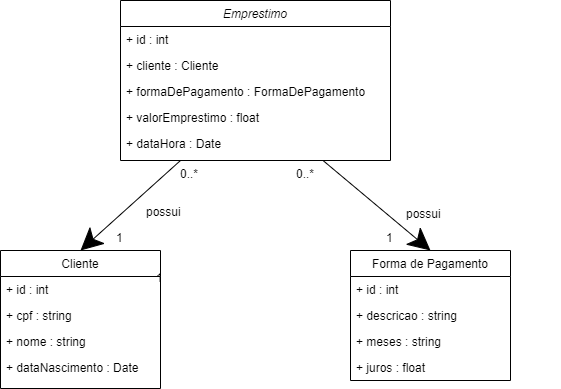
This is Diagramas/modelo_essencial.drawio.png from Raulzito311/AcmeSF, a draw.io export, as it was before one commit. Source tidied: cells renumbered, new cells last; positions are measured from the earlier drawing's top-left corner, leaving out a move shared by most shapes. The source it was exported from:
```xml
<mxGraphModel>
  <root>
    <mxCell id="0" />
    <mxCell id="1" parent="0" />
    <mxCell id="2" value="Emprestimo" style="swimlane;fontStyle=2;align=center;verticalAlign=top;horizontal=1;startSize=26;rounded=0;shadow=0;strokeWidth=1;" parent="1" vertex="1">
      <mxGeometry x="120" width="270" height="160" as="geometry" />
    </mxCell>
    <mxCell id="3" value="+ id : int" style="text;align=left;verticalAlign=top;spacingLeft=4;spacingRight=4;overflow=hidden;" parent="2" vertex="1">
      <mxGeometry y="26" width="270" height="26" as="geometry" />
    </mxCell>
    <mxCell id="4" value="+ cliente : Cliente" style="text;align=left;verticalAlign=top;spacingLeft=4;spacingRight=4;overflow=hidden;rounded=0;shadow=0;html=0;" parent="2" vertex="1">
      <mxGeometry y="52" width="270" height="26" as="geometry" />
    </mxCell>
    <mxCell id="5" value="+ formaDePagamento : FormaDePagamento" style="text;align=left;verticalAlign=top;spacingLeft=4;spacingRight=4;overflow=hidden;rounded=0;shadow=0;html=0;" parent="2" vertex="1">
      <mxGeometry y="78" width="270" height="26" as="geometry" />
    </mxCell>
    <mxCell id="6" value="+ valorEmprestimo : float" style="text;align=left;verticalAlign=top;spacingLeft=4;spacingRight=4;overflow=hidden;" parent="2" vertex="1">
      <mxGeometry y="104" width="270" height="26" as="geometry" />
    </mxCell>
    <mxCell id="7" value="+ dataHora : Date" style="text;align=left;verticalAlign=top;spacingLeft=4;spacingRight=4;overflow=hidden;" parent="2" vertex="1">
      <mxGeometry y="130" width="270" height="26" as="geometry" />
    </mxCell>
    <mxCell id="8" value="Cliente" style="swimlane;fontStyle=0;align=center;verticalAlign=top;horizontal=1;startSize=26;rounded=0;shadow=0;strokeWidth=1;" parent="1" vertex="1">
      <mxGeometry y="250" width="160" height="138" as="geometry" />
    </mxCell>
    <mxCell id="9" value="+ id : int" style="text;align=left;verticalAlign=top;spacingLeft=4;spacingRight=4;overflow=hidden;" parent="8" vertex="1">
      <mxGeometry y="26" width="160" height="26" as="geometry" />
    </mxCell>
    <mxCell id="10" value="+ cpf : string" style="text;align=left;verticalAlign=top;spacingLeft=4;spacingRight=4;overflow=hidden;rounded=0;shadow=0;html=0;" parent="8" vertex="1">
      <mxGeometry y="52" width="160" height="26" as="geometry" />
    </mxCell>
    <mxCell id="11" value="+ nome : string" style="text;align=left;verticalAlign=top;spacingLeft=4;spacingRight=4;overflow=hidden;rounded=0;shadow=0;html=0;" parent="8" vertex="1">
      <mxGeometry y="78" width="160" height="26" as="geometry" />
    </mxCell>
    <mxCell id="12" value="+ dataNascimento : Date" style="text;align=left;verticalAlign=top;spacingLeft=4;spacingRight=4;overflow=hidden;rounded=0;shadow=0;html=0;" parent="8" vertex="1">
      <mxGeometry y="104" width="160" height="26" as="geometry" />
    </mxCell>
    <mxCell id="13" value="Forma de Pagamento" style="swimlane;fontStyle=0;align=center;verticalAlign=top;horizontal=1;startSize=26;rounded=0;shadow=0;strokeWidth=1;" parent="1" vertex="1">
      <mxGeometry x="350" y="250" width="160" height="130" as="geometry" />
    </mxCell>
    <mxCell id="14" value="+ id : int" style="text;align=left;verticalAlign=top;spacingLeft=4;spacingRight=4;overflow=hidden;" parent="13" vertex="1">
      <mxGeometry y="26" width="160" height="26" as="geometry" />
    </mxCell>
    <mxCell id="15" value="+ descricao : string" style="text;align=left;verticalAlign=top;spacingLeft=4;spacingRight=4;overflow=hidden;" parent="13" vertex="1">
      <mxGeometry y="52" width="160" height="26" as="geometry" />
    </mxCell>
    <mxCell id="16" value="+ meses : string" style="text;align=left;verticalAlign=top;spacingLeft=4;spacingRight=4;overflow=hidden;" parent="13" vertex="1">
      <mxGeometry y="78" width="160" height="26" as="geometry" />
    </mxCell>
    <mxCell id="17" value="+ juros : float" style="text;align=left;verticalAlign=top;spacingLeft=4;spacingRight=4;overflow=hidden;" parent="13" vertex="1">
      <mxGeometry y="104" width="160" height="26" as="geometry" />
    </mxCell>
    <mxCell id="18" style="endArrow=none;html=1;rounded=0;targetPerimeterSpacing=0;startArrow=classic;startFill=1;exitX=0.5;exitY=0;exitDx=0;exitDy=0;startSize=20;" parent="1" edge="1" source="8">
      <mxGeometry relative="1" as="geometry">
        <mxPoint x="180" y="160" as="targetPoint" />
      </mxGeometry>
    </mxCell>
    <mxCell id="19" style="endArrow=none;html=1;rounded=0;targetPerimeterSpacing=0;startArrow=classic;startFill=1;exitX=0.5;exitY=0;exitDx=0;exitDy=0;startSize=20;entryX=0.75;entryY=1;entryDx=0;entryDy=0;" parent="1" edge="1" source="13" target="2">
      <mxGeometry relative="1" as="geometry" />
    </mxCell>
    <mxCell id="20" value="possui" style="text;align=left;verticalAlign=top;spacingLeft=4;spacingRight=4;overflow=hidden;" parent="1" vertex="1">
      <mxGeometry x="140" y="198" width="160" height="26" as="geometry" />
    </mxCell>
    <mxCell id="21" value="possui" style="text;align=left;verticalAlign=top;spacingLeft=4;spacingRight=4;overflow=hidden;" parent="1" vertex="1">
      <mxGeometry x="400" y="200" width="160" height="26" as="geometry" />
    </mxCell>
    <mxCell id="22" value="0..*" style="text;align=left;verticalAlign=top;spacingLeft=4;spacingRight=4;overflow=hidden;" parent="1" vertex="1">
      <mxGeometry x="174" y="160" width="160" height="26" as="geometry" />
    </mxCell>
    <mxCell id="23" value="1" style="text;align=left;verticalAlign=top;spacingLeft=4;spacingRight=4;overflow=hidden;" parent="1" vertex="1">
      <mxGeometry x="380" y="224" width="160" height="26" as="geometry" />
    </mxCell>
    <mxCell id="24" value="1" style="text;align=left;verticalAlign=top;spacingLeft=4;spacingRight=4;overflow=hidden;" parent="1" vertex="1">
      <mxGeometry x="150" y="264" width="160" height="26" as="geometry" />
    </mxCell>
    <mxCell id="25" value="0..*" style="text;align=left;verticalAlign=top;spacingLeft=4;spacingRight=4;overflow=hidden;" parent="1" vertex="1">
      <mxGeometry x="290" y="160" width="160" height="26" as="geometry" />
    </mxCell>
    <mxCell id="26" value="1" style="text;align=left;verticalAlign=top;spacingLeft=4;spacingRight=4;overflow=hidden;" parent="1" vertex="1">
      <mxGeometry x="110" y="224" width="160" height="26" as="geometry" />
    </mxCell>
  </root>
</mxGraphModel>
```
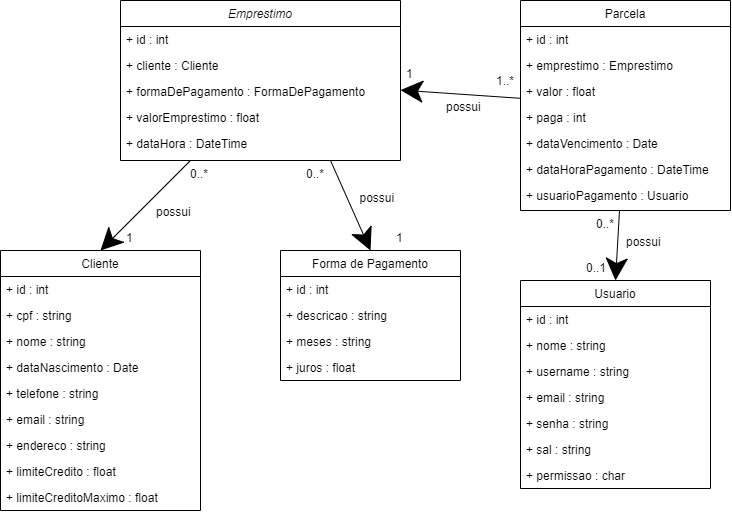
Later version of the same file.

Commit message:
Diagrama modelo essencial

Change to the diagram source:
```diff
@@ -3,52 +3,67 @@
     <mxCell id="0" />
     <mxCell id="1" parent="0" />
     <mxCell id="2" value="Emprestimo" style="swimlane;fontStyle=2;align=center;verticalAlign=top;horizontal=1;startSize=26;rounded=0;shadow=0;strokeWidth=1;" parent="1" vertex="1">
-      <mxGeometry x="120" width="270" height="160" as="geometry" />
+      <mxGeometry x="110" width="280" height="160" as="geometry" />
     </mxCell>
     <mxCell id="3" value="+ id : int" style="text;align=left;verticalAlign=top;spacingLeft=4;spacingRight=4;overflow=hidden;" parent="2" vertex="1">
-      <mxGeometry y="26" width="270" height="26" as="geometry" />
+      <mxGeometry y="26" width="280" height="26" as="geometry" />
     </mxCell>
     <mxCell id="4" value="+ cliente : Cliente" style="text;align=left;verticalAlign=top;spacingLeft=4;spacingRight=4;overflow=hidden;rounded=0;shadow=0;html=0;" parent="2" vertex="1">
-      <mxGeometry y="52" width="270" height="26" as="geometry" />
+      <mxGeometry y="52" width="280" height="26" as="geometry" />
     </mxCell>
     <mxCell id="5" value="+ formaDePagamento : FormaDePagamento" style="text;align=left;verticalAlign=top;spacingLeft=4;spacingRight=4;overflow=hidden;rounded=0;shadow=0;html=0;" parent="2" vertex="1">
-      <mxGeometry y="78" width="270" height="26" as="geometry" />
+      <mxGeometry y="78" width="280" height="26" as="geometry" />
     </mxCell>
     <mxCell id="6" value="+ valorEmprestimo : float" style="text;align=left;verticalAlign=top;spacingLeft=4;spacingRight=4;overflow=hidden;" parent="2" vertex="1">
-      <mxGeometry y="104" width="270" height="26" as="geometry" />
+      <mxGeometry y="104" width="280" height="26" as="geometry" />
     </mxCell>
-    <mxCell id="7" value="+ dataHora : Date" style="text;align=left;verticalAlign=top;spacingLeft=4;spacingRight=4;overflow=hidden;" parent="2" vertex="1">
-      <mxGeometry y="130" width="270" height="26" as="geometry" />
+    <mxCell id="7" value="+ dataHora : DateTime" style="text;align=left;verticalAlign=top;spacingLeft=4;spacingRight=4;overflow=hidden;" parent="2" vertex="1">
+      <mxGeometry y="130" width="280" height="26" as="geometry" />
     </mxCell>
     <mxCell id="8" value="Cliente" style="swimlane;fontStyle=0;align=center;verticalAlign=top;horizontal=1;startSize=26;rounded=0;shadow=0;strokeWidth=1;" parent="1" vertex="1">
-      <mxGeometry y="250" width="160" height="138" as="geometry" />
+      <mxGeometry x="-10" y="250" width="200" height="260" as="geometry" />
     </mxCell>
     <mxCell id="9" value="+ id : int" style="text;align=left;verticalAlign=top;spacingLeft=4;spacingRight=4;overflow=hidden;" parent="8" vertex="1">
-      <mxGeometry y="26" width="160" height="26" as="geometry" />
+      <mxGeometry y="26" width="200" height="26" as="geometry" />
     </mxCell>
     <mxCell id="10" value="+ cpf : string" style="text;align=left;verticalAlign=top;spacingLeft=4;spacingRight=4;overflow=hidden;rounded=0;shadow=0;html=0;" parent="8" vertex="1">
-      <mxGeometry y="52" width="160" height="26" as="geometry" />
+      <mxGeometry y="52" width="200" height="26" as="geometry" />
     </mxCell>
     <mxCell id="11" value="+ nome : string" style="text;align=left;verticalAlign=top;spacingLeft=4;spacingRight=4;overflow=hidden;rounded=0;shadow=0;html=0;" parent="8" vertex="1">
-      <mxGeometry y="78" width="160" height="26" as="geometry" />
+      <mxGeometry y="78" width="200" height="26" as="geometry" />
     </mxCell>
     <mxCell id="12" value="+ dataNascimento : Date" style="text;align=left;verticalAlign=top;spacingLeft=4;spacingRight=4;overflow=hidden;rounded=0;shadow=0;html=0;" parent="8" vertex="1">
-      <mxGeometry y="104" width="160" height="26" as="geometry" />
+      <mxGeometry y="104" width="200" height="26" as="geometry" />
     </mxCell>
+    <mxCell id="27" value="+ telefone : string" style="text;align=left;verticalAlign=top;spacingLeft=4;spacingRight=4;overflow=hidden;rounded=0;shadow=0;html=0;" parent="8" vertex="1">
+      <mxGeometry y="130" width="200" height="26" as="geometry" />
+    </mxCell>
+    <mxCell id="28" value="+ email : string" style="text;align=left;verticalAlign=top;spacingLeft=4;spacingRight=4;overflow=hidden;rounded=0;shadow=0;html=0;" parent="8" vertex="1">
+      <mxGeometry y="156" width="200" height="26" as="geometry" />
+    </mxCell>
+    <mxCell id="29" value="+ endereco : string" style="text;align=left;verticalAlign=top;spacingLeft=4;spacingRight=4;overflow=hidden;rounded=0;shadow=0;html=0;" parent="8" vertex="1">
+      <mxGeometry y="182" width="200" height="26" as="geometry" />
+    </mxCell>
+    <mxCell id="30" value="+ limiteCredito : float" style="text;align=left;verticalAlign=top;spacingLeft=4;spacingRight=4;overflow=hidden;rounded=0;shadow=0;html=0;" parent="8" vertex="1">
+      <mxGeometry y="208" width="200" height="26" as="geometry" />
+    </mxCell>
+    <mxCell id="31" value="+ limiteCreditoMaximo : float" style="text;align=left;verticalAlign=top;spacingLeft=4;spacingRight=4;overflow=hidden;rounded=0;shadow=0;html=0;" parent="8" vertex="1">
+      <mxGeometry y="234" width="200" height="26" as="geometry" />
+    </mxCell>
     <mxCell id="13" value="Forma de Pagamento" style="swimlane;fontStyle=0;align=center;verticalAlign=top;horizontal=1;startSize=26;rounded=0;shadow=0;strokeWidth=1;" parent="1" vertex="1">
-      <mxGeometry x="350" y="250" width="160" height="130" as="geometry" />
+      <mxGeometry x="270" y="250" width="180" height="130" as="geometry" />
     </mxCell>
     <mxCell id="14" value="+ id : int" style="text;align=left;verticalAlign=top;spacingLeft=4;spacingRight=4;overflow=hidden;" parent="13" vertex="1">
-      <mxGeometry y="26" width="160" height="26" as="geometry" />
+      <mxGeometry y="26" width="180" height="26" as="geometry" />
     </mxCell>
     <mxCell id="15" value="+ descricao : string" style="text;align=left;verticalAlign=top;spacingLeft=4;spacingRight=4;overflow=hidden;" parent="13" vertex="1">
-      <mxGeometry y="52" width="160" height="26" as="geometry" />
+      <mxGeometry y="52" width="180" height="26" as="geometry" />
     </mxCell>
     <mxCell id="16" value="+ meses : string" style="text;align=left;verticalAlign=top;spacingLeft=4;spacingRight=4;overflow=hidden;" parent="13" vertex="1">
-      <mxGeometry y="78" width="160" height="26" as="geometry" />
+      <mxGeometry y="78" width="180" height="26" as="geometry" />
     </mxCell>
     <mxCell id="17" value="+ juros : float" style="text;align=left;verticalAlign=top;spacingLeft=4;spacingRight=4;overflow=hidden;" parent="13" vertex="1">
-      <mxGeometry y="104" width="160" height="26" as="geometry" />
+      <mxGeometry y="104" width="180" height="26" as="geometry" />
     </mxCell>
     <mxCell id="18" style="endArrow=none;html=1;rounded=0;targetPerimeterSpacing=0;startArrow=classic;startFill=1;exitX=0.5;exitY=0;exitDx=0;exitDy=0;startSize=20;" parent="1" edge="1" source="8">
       <mxGeometry relative="1" as="geometry">
@@ -62,7 +77,7 @@
       <mxGeometry x="140" y="198" width="160" height="26" as="geometry" />
     </mxCell>
     <mxCell id="21" value="possui" style="text;align=left;verticalAlign=top;spacingLeft=4;spacingRight=4;overflow=hidden;" parent="1" vertex="1">
-      <mxGeometry x="400" y="200" width="160" height="26" as="geometry" />
+      <mxGeometry x="343.5" y="184" width="160" height="26" as="geometry" />
     </mxCell>
     <mxCell id="22" value="0..*" style="text;align=left;verticalAlign=top;spacingLeft=4;spacingRight=4;overflow=hidden;" parent="1" vertex="1">
       <mxGeometry x="174" y="160" width="160" height="26" as="geometry" />
@@ -70,14 +85,83 @@
     <mxCell id="23" value="1" style="text;align=left;verticalAlign=top;spacingLeft=4;spacingRight=4;overflow=hidden;" parent="1" vertex="1">
       <mxGeometry x="380" y="224" width="160" height="26" as="geometry" />
     </mxCell>
-    <mxCell id="24" value="1" style="text;align=left;verticalAlign=top;spacingLeft=4;spacingRight=4;overflow=hidden;" parent="1" vertex="1">
-      <mxGeometry x="150" y="264" width="160" height="26" as="geometry" />
-    </mxCell>
     <mxCell id="25" value="0..*" style="text;align=left;verticalAlign=top;spacingLeft=4;spacingRight=4;overflow=hidden;" parent="1" vertex="1">
       <mxGeometry x="290" y="160" width="160" height="26" as="geometry" />
     </mxCell>
     <mxCell id="26" value="1" style="text;align=left;verticalAlign=top;spacingLeft=4;spacingRight=4;overflow=hidden;" parent="1" vertex="1">
       <mxGeometry x="110" y="224" width="160" height="26" as="geometry" />
     </mxCell>
+    <mxCell id="32" value="Usuario" style="swimlane;fontStyle=0;align=center;verticalAlign=top;horizontal=1;startSize=26;rounded=0;shadow=0;strokeWidth=1;" parent="1" vertex="1">
+      <mxGeometry x="510" y="280" width="190" height="208" as="geometry" />
+    </mxCell>
+    <mxCell id="33" value="+ id : int" style="text;align=left;verticalAlign=top;spacingLeft=4;spacingRight=4;overflow=hidden;" parent="32" vertex="1">
+      <mxGeometry y="26" width="190" height="26" as="geometry" />
+    </mxCell>
+    <mxCell id="34" value="+ nome : string" style="text;align=left;verticalAlign=top;spacingLeft=4;spacingRight=4;overflow=hidden;rounded=0;shadow=0;html=0;" parent="32" vertex="1">
+      <mxGeometry y="52" width="190" height="26" as="geometry" />
+    </mxCell>
+    <mxCell id="35" value="+ username : string" style="text;align=left;verticalAlign=top;spacingLeft=4;spacingRight=4;overflow=hidden;rounded=0;shadow=0;html=0;" parent="32" vertex="1">
+      <mxGeometry y="78" width="190" height="26" as="geometry" />
+    </mxCell>
+    <mxCell id="36" value="+ email : string&#10;" style="text;align=left;verticalAlign=top;spacingLeft=4;spacingRight=4;overflow=hidden;rounded=0;shadow=0;html=0;" parent="32" vertex="1">
+      <mxGeometry y="104" width="190" height="26" as="geometry" />
+    </mxCell>
+    <mxCell id="37" value="+ senha : string" style="text;align=left;verticalAlign=top;spacingLeft=4;spacingRight=4;overflow=hidden;rounded=0;shadow=0;html=0;" parent="32" vertex="1">
+      <mxGeometry y="130" width="190" height="26" as="geometry" />
+    </mxCell>
+    <mxCell id="38" value="+ sal : string" style="text;align=left;verticalAlign=top;spacingLeft=4;spacingRight=4;overflow=hidden;rounded=0;shadow=0;html=0;" parent="32" vertex="1">
+      <mxGeometry y="156" width="190" height="26" as="geometry" />
+    </mxCell>
+    <mxCell id="39" value="+ permissao : char" style="text;align=left;verticalAlign=top;spacingLeft=4;spacingRight=4;overflow=hidden;rounded=0;shadow=0;html=0;" parent="32" vertex="1">
+      <mxGeometry y="182" width="190" height="26" as="geometry" />
+    </mxCell>
+    <mxCell id="40" style="rounded=0;jettySize=auto;html=1;endSize=20;" parent="1" edge="1" source="41" target="2">
+      <mxGeometry relative="1" as="geometry" />
+    </mxCell>
+    <mxCell id="41" value="Parcela" style="swimlane;fontStyle=0;align=center;verticalAlign=top;horizontal=1;startSize=26;rounded=0;shadow=0;strokeWidth=1;" parent="1" vertex="1">
+      <mxGeometry x="510" width="210" height="210" as="geometry" />
+    </mxCell>
+    <mxCell id="42" value="+ id : int" style="text;align=left;verticalAlign=top;spacingLeft=4;spacingRight=4;overflow=hidden;" parent="41" vertex="1">
+      <mxGeometry y="26" width="210" height="26" as="geometry" />
+    </mxCell>
+    <mxCell id="43" value="+ emprestimo : Emprestimo" style="text;align=left;verticalAlign=top;spacingLeft=4;spacingRight=4;overflow=hidden;rounded=0;shadow=0;html=0;" parent="41" vertex="1">
+      <mxGeometry y="52" width="210" height="26" as="geometry" />
+    </mxCell>
+    <mxCell id="44" value="+ valor : float" style="text;align=left;verticalAlign=top;spacingLeft=4;spacingRight=4;overflow=hidden;rounded=0;shadow=0;html=0;" parent="41" vertex="1">
+      <mxGeometry y="78" width="210" height="26" as="geometry" />
+    </mxCell>
+    <mxCell id="45" value="+ paga : int" style="text;align=left;verticalAlign=top;spacingLeft=4;spacingRight=4;overflow=hidden;rounded=0;shadow=0;html=0;" parent="41" vertex="1">
+      <mxGeometry y="104" width="210" height="26" as="geometry" />
+    </mxCell>
+    <mxCell id="46" value="+ dataVencimento : Date" style="text;align=left;verticalAlign=top;spacingLeft=4;spacingRight=4;overflow=hidden;rounded=0;shadow=0;html=0;" parent="41" vertex="1">
+      <mxGeometry y="130" width="210" height="26" as="geometry" />
+    </mxCell>
+    <mxCell id="47" value="+ dataHoraPagamento : DateTime" style="text;align=left;verticalAlign=top;spacingLeft=4;spacingRight=4;overflow=hidden;rounded=0;shadow=0;html=0;" parent="41" vertex="1">
+      <mxGeometry y="156" width="210" height="26" as="geometry" />
+    </mxCell>
+    <mxCell id="48" value="+ usuarioPagamento : Usuario" style="text;align=left;verticalAlign=top;spacingLeft=4;spacingRight=4;overflow=hidden;rounded=0;shadow=0;html=0;" parent="41" vertex="1">
+      <mxGeometry y="182" width="210" height="26" as="geometry" />
+    </mxCell>
+    <mxCell id="49" style="rounded=0;jettySize=auto;html=1;endSize=20;entryX=0.5;entryY=0;entryDx=0;entryDy=0;" parent="1" edge="1" source="41" target="32">
+      <mxGeometry relative="1" as="geometry" />
+    </mxCell>
+    <mxCell id="50" value="1..*" style="text;align=left;verticalAlign=top;spacingLeft=4;spacingRight=4;overflow=hidden;" parent="1" vertex="1">
+      <mxGeometry x="480" y="67" width="160" height="26" as="geometry" />
+    </mxCell>
+    <mxCell id="24" value="1" style="text;align=left;verticalAlign=top;spacingLeft=4;spacingRight=4;overflow=hidden;" parent="1" vertex="1">
+      <mxGeometry x="390" y="60" width="160" height="26" as="geometry" />
+    </mxCell>
+    <mxCell id="51" value="possui" style="text;align=left;verticalAlign=top;spacingLeft=4;spacingRight=4;overflow=hidden;" parent="1" vertex="1">
+      <mxGeometry x="430" y="93" width="160" height="26" as="geometry" />
+    </mxCell>
+    <mxCell id="52" value="possui" style="text;align=left;verticalAlign=top;spacingLeft=4;spacingRight=4;overflow=hidden;" parent="1" vertex="1">
+      <mxGeometry x="610" y="228" width="50" height="26" as="geometry" />
+    </mxCell>
+    <mxCell id="53" value="0..1" style="text;align=left;verticalAlign=top;spacingLeft=4;spacingRight=4;overflow=hidden;" parent="1" vertex="1">
+      <mxGeometry x="570" y="254" width="30" height="26" as="geometry" />
+    </mxCell>
+    <mxCell id="54" value="0..*" style="text;align=left;verticalAlign=top;spacingLeft=4;spacingRight=4;overflow=hidden;" parent="1" vertex="1">
+      <mxGeometry x="580" y="210" width="30" height="26" as="geometry" />
+    </mxCell>
   </root>
 </mxGraphModel>
```
